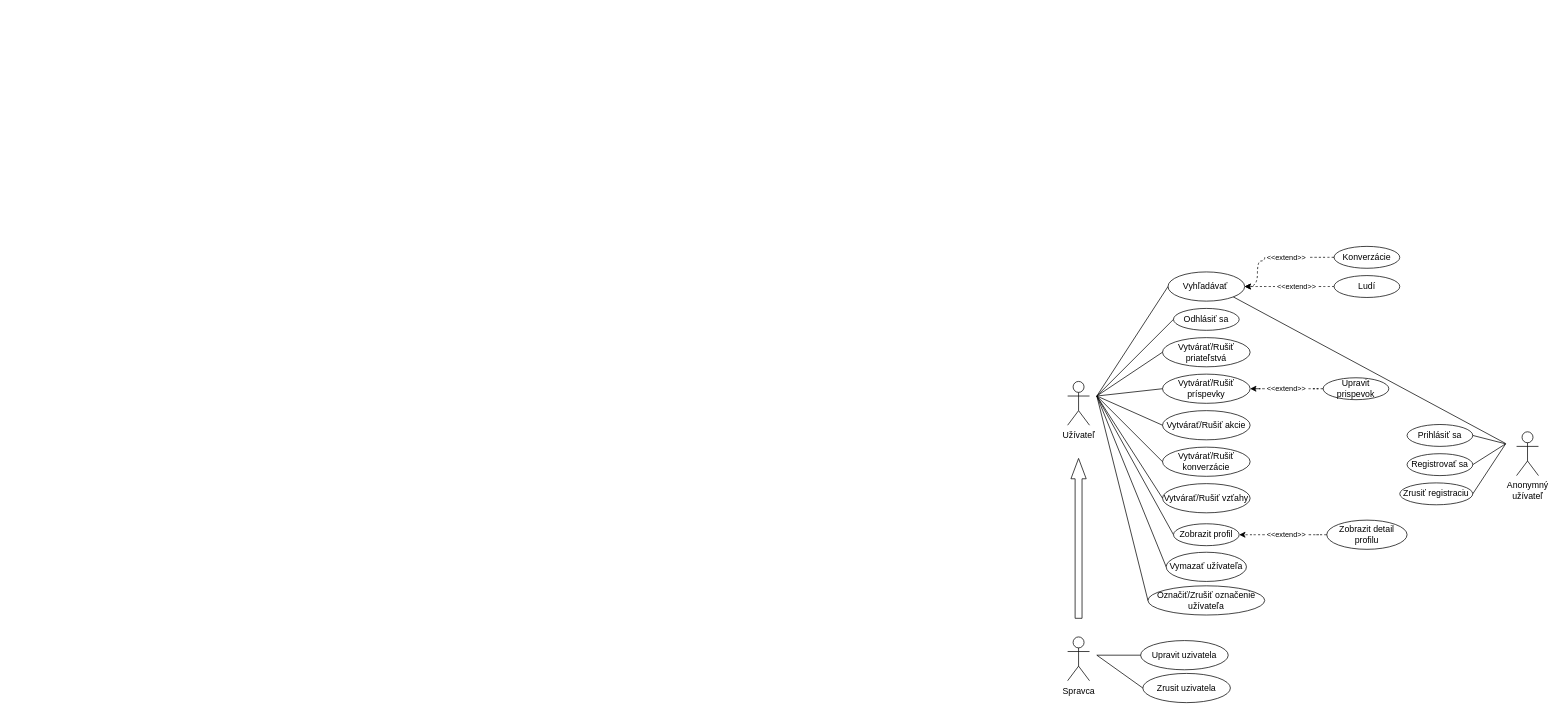
The draw.io diagram UseCaseDiagram.drawio.xml in BockajAndrej/IUS_project_1, before the edit. Source tidied: cells renumbered, new cells numbered last; positions are measured from the earlier drawing's top-left corner, leaving out a move shared by most shapes. Both pictures are drawn from the tidied source at 73%, with x=0, y=0 at pixel (1067, 246).
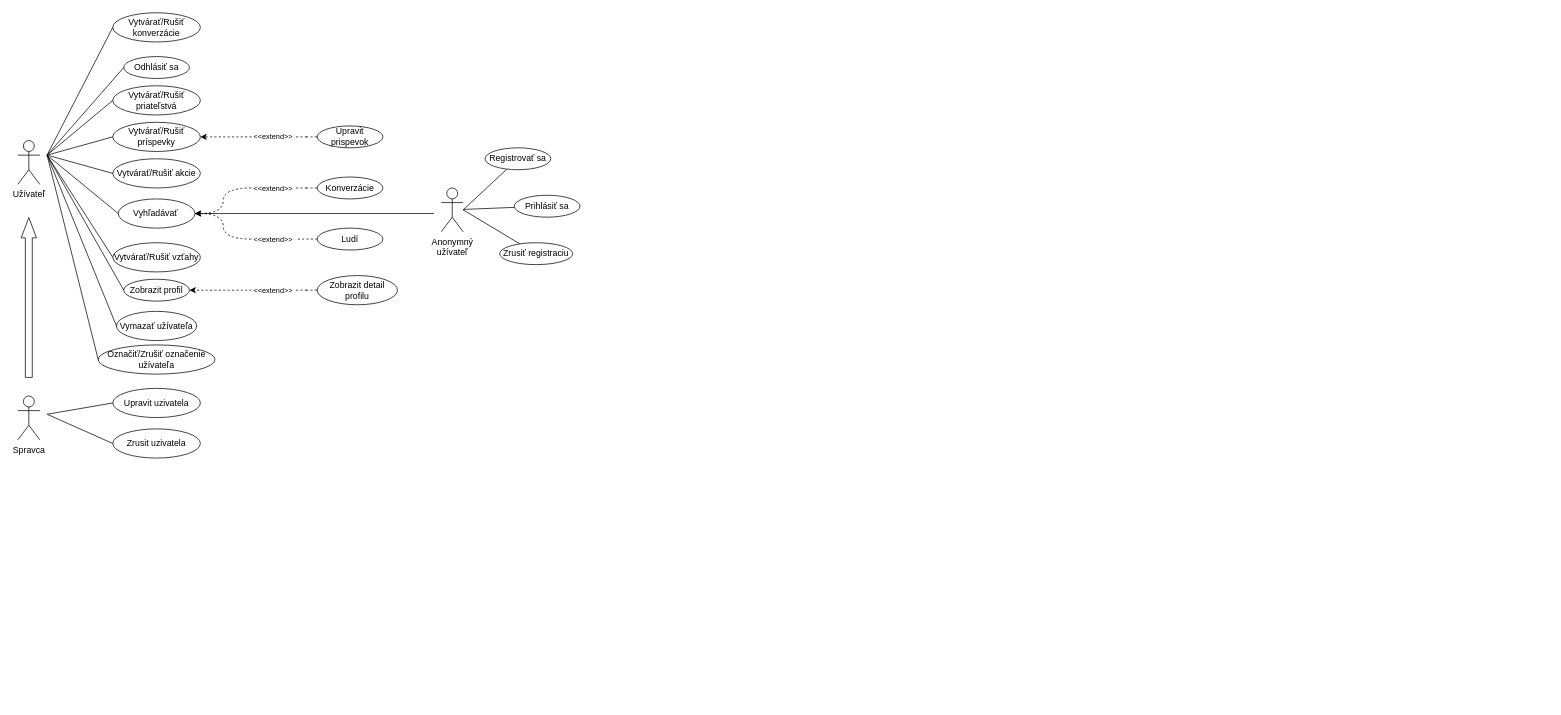
The same page after the edit.

Change to the diagram source:
```diff
@@
     <mxCell id="2" value="Užívateľ" style="shape=umlActor;verticalLabelPosition=bottom;verticalAlign=top;html=1;" parent="1" vertex="1">
-      <mxGeometry y="185" width="30" height="60" as="geometry" />
+      <mxGeometry x="-1438" y="-145" width="30" height="60" as="geometry" />
     </mxCell>
     <mxCell id="3" value="Vytvárať/Rušiť priateľstvá" style="ellipse;whiteSpace=wrap;html=1;" parent="1" vertex="1">
-      <mxGeometry x="130" y="125" width="120" height="40" as="geometry" />
+      <mxGeometry x="-1308" y="-220" width="120" height="40" as="geometry" />
     </mxCell>
     <mxCell id="4" value="Vytvárať/Rušiť príspevky" style="ellipse;whiteSpace=wrap;html=1;" parent="1" vertex="1">
-      <mxGeometry x="130" y="175" width="120" height="40" as="geometry" />
+      <mxGeometry x="-1308" y="-170" width="120" height="40" as="geometry" />
     </mxCell>
     <mxCell id="5" value="Vytvárať/Rušiť akcie" style="ellipse;whiteSpace=wrap;html=1;" parent="1" vertex="1">
-      <mxGeometry x="130" y="225" width="120" height="40" as="geometry" />
+      <mxGeometry x="-1308" y="-120" width="120" height="40" as="geometry" />
     </mxCell>
     <mxCell id="6" value="Vytvárať/Rušiť konverzácie" style="ellipse;whiteSpace=wrap;html=1;" parent="1" vertex="1">
-      <mxGeometry x="130" y="275" width="120" height="40" as="geometry" />
+      <mxGeometry x="-1308" y="-320" width="120" height="40" as="geometry" />
     </mxCell>
     <mxCell id="7" value="Vytvárať/Rušiť vzťahy" style="ellipse;whiteSpace=wrap;html=1;" parent="1" vertex="1">
-      <mxGeometry x="130" y="325" width="120" height="40" as="geometry" />
+      <mxGeometry x="-1308" y="-5" width="120" height="40" as="geometry" />
     </mxCell>
     <mxCell id="8" value="Označiť/Zrušiť označenie užívateľa" style="ellipse;whiteSpace=wrap;html=1;" parent="1" vertex="1">
-      <mxGeometry x="110" y="465" width="160" height="40" as="geometry" />
+      <mxGeometry x="-1328" y="135" width="160" height="40" as="geometry" />
     </mxCell>
     <mxCell id="9" value="Anonymný &lt;br&gt;užívateľ" style="shape=umlActor;verticalLabelPosition=bottom;verticalAlign=top;html=1;outlineConnect=0;" parent="1" vertex="1">
-      <mxGeometry x="615" y="254" width="30" height="60" as="geometry" />
+      <mxGeometry x="-858" y="-80" width="30" height="60" as="geometry" />
     </mxCell>
     <mxCell id="10" value="Odhlásiť sa" style="ellipse;whiteSpace=wrap;html=1;" parent="1" vertex="1">
-      <mxGeometry x="145" y="85" width="90" height="30" as="geometry" />
+      <mxGeometry x="-1293" y="-260" width="90" height="30" as="geometry" />
     </mxCell>
+    <mxCell id="53" style="rounded=0;jettySize=auto;html=1;endArrow=none;endFill=0;" parent="1" edge="1" source="11" target="9">
+      <mxGeometry relative="1" as="geometry" />
+    </mxCell>
     <mxCell id="11" value="Prihlásiť sa" style="ellipse;whiteSpace=wrap;html=1;" parent="1" vertex="1">
-      <mxGeometry x="465" y="244" width="90" height="30" as="geometry" />
+      <mxGeometry x="-758" y="-70" width="90" height="30" as="geometry" />
     </mxCell>
+    <mxCell id="54" style="rounded=0;jettySize=auto;html=1;endArrow=none;endFill=0;" parent="1" edge="1" source="12">
+      <mxGeometry relative="1" as="geometry">
+        <mxPoint x="-828" y="-50" as="targetPoint" />
+      </mxGeometry>
+    </mxCell>
     <mxCell id="12" value="Registrovať sa" style="ellipse;whiteSpace=wrap;html=1;" parent="1" vertex="1">
-      <mxGeometry x="465" y="284" width="90" height="30" as="geometry" />
+      <mxGeometry x="-798" y="-135" width="90" height="30" as="geometry" />
     </mxCell>
     <mxCell id="13" value="Vyhľadávať&amp;nbsp;" style="ellipse;whiteSpace=wrap;html=1;" parent="1" vertex="1">
-      <mxGeometry x="137.5" y="35" width="105" height="40" as="geometry" />
+      <mxGeometry x="-1300.5" y="-65" width="105" height="40" as="geometry" />
     </mxCell>
-    <mxCell id="14" style="endArrow=none;html=1;rounded=0;entryX=0;entryY=0.5;entryDx=0;entryDy=0;" parent="1" edge="1" target="13">
-      <mxGeometry relative="1" as="geometry">
-        <mxPoint x="40" y="205" as="sourcePoint" />
-      </mxGeometry>
-    </mxCell>
-    <mxCell id="15" style="endArrow=none;html=1;rounded=0;entryX=0;entryY=0.5;entryDx=0;entryDy=0;" parent="1" edge="1" target="10">
-      <mxGeometry relative="1" as="geometry">
-        <mxPoint x="40" y="205" as="sourcePoint" />
-      </mxGeometry>
-    </mxCell>
-    <mxCell id="16" style="endArrow=none;html=1;rounded=0;entryX=0;entryY=0.5;entryDx=0;entryDy=0;" parent="1" edge="1" target="3">
-      <mxGeometry relative="1" as="geometry">
-        <mxPoint x="40" y="205" as="sourcePoint" />
-      </mxGeometry>
-    </mxCell>
-    <mxCell id="17" style="endArrow=none;html=1;rounded=0;entryX=0;entryY=0.5;entryDx=0;entryDy=0;" parent="1" edge="1" target="4">
-      <mxGeometry relative="1" as="geometry">
-        <mxPoint x="40" y="205" as="sourcePoint" />
-      </mxGeometry>
-    </mxCell>
-    <mxCell id="18" style="endArrow=none;html=1;rounded=0;entryX=0;entryY=0.5;entryDx=0;entryDy=0;" parent="1" edge="1" target="5">
-      <mxGeometry relative="1" as="geometry">
-        <mxPoint x="40" y="205" as="sourcePoint" />
-      </mxGeometry>
-    </mxCell>
-    <mxCell id="19" style="endArrow=none;html=1;rounded=0;entryX=0;entryY=0.5;entryDx=0;entryDy=0;" parent="1" edge="1" target="6">
-      <mxGeometry relative="1" as="geometry">
-        <mxPoint x="40" y="205" as="sourcePoint" />
-      </mxGeometry>
-    </mxCell>
-    <mxCell id="20" style="endArrow=none;html=1;rounded=0;entryX=0;entryY=0.5;entryDx=0;entryDy=0;" parent="1" edge="1" target="7">
-      <mxGeometry relative="1" as="geometry">
-        <mxPoint x="40" y="205" as="sourcePoint" />
-      </mxGeometry>
-    </mxCell>
-    <mxCell id="21" style="endArrow=none;html=1;rounded=0;entryX=0;entryY=0.5;entryDx=0;entryDy=0;" parent="1" edge="1" target="8">
-      <mxGeometry relative="1" as="geometry">
-        <mxPoint x="40" y="205" as="sourcePoint" />
-      </mxGeometry>
-    </mxCell>
-    <mxCell id="22" style="endArrow=none;html=1;rounded=0;exitX=1;exitY=0.5;exitDx=0;exitDy=0;" parent="1" edge="1" source="11">
-      <mxGeometry relative="1" as="geometry">
-        <mxPoint x="600" y="270.5" as="targetPoint" />
-      </mxGeometry>
-    </mxCell>
-    <mxCell id="23" style="endArrow=none;html=1;rounded=0;exitX=1;exitY=0.5;exitDx=0;exitDy=0;" parent="1" edge="1" source="12">
-      <mxGeometry relative="1" as="geometry">
-        <mxPoint x="600" y="270.5" as="targetPoint" />
-      </mxGeometry>
-    </mxCell>
-    <mxCell id="24" style="rounded=0;jettySize=auto;html=1;exitX=1;exitY=0.5;exitDx=0;exitDy=0;endArrow=none;endFill=0;" parent="1" edge="1" source="25">
-      <mxGeometry relative="1" as="geometry">
-        <mxPoint x="600" y="270.5" as="targetPoint" />
-      </mxGeometry>
-    </mxCell>
+    <mxCell id="55" style="endArrow=none;html=1;rounded=0;entryX=0;entryY=0.5;entryDx=0;entryDy=0;" parent="1" edge="1" target="13">
+      <mxGeometry relative="1" as="geometry">
+        <mxPoint x="-1398" y="-125" as="sourcePoint" />
+      </mxGeometry>
+    </mxCell>
+    <mxCell id="56" style="endArrow=none;html=1;rounded=0;entryX=0;entryY=0.5;entryDx=0;entryDy=0;" parent="1" edge="1" target="10">
+      <mxGeometry relative="1" as="geometry">
+        <mxPoint x="-1398" y="-125" as="sourcePoint" />
+      </mxGeometry>
+    </mxCell>
+    <mxCell id="57" style="endArrow=none;html=1;rounded=0;entryX=0;entryY=0.5;entryDx=0;entryDy=0;" parent="1" edge="1" target="3">
+      <mxGeometry relative="1" as="geometry">
+        <mxPoint x="-1398" y="-125" as="sourcePoint" />
+      </mxGeometry>
+    </mxCell>
+    <mxCell id="58" style="endArrow=none;html=1;rounded=0;entryX=0;entryY=0.5;entryDx=0;entryDy=0;" parent="1" edge="1" target="4">
+      <mxGeometry relative="1" as="geometry">
+        <mxPoint x="-1398" y="-125" as="sourcePoint" />
+      </mxGeometry>
+    </mxCell>
+    <mxCell id="59" style="endArrow=none;html=1;rounded=0;entryX=0;entryY=0.5;entryDx=0;entryDy=0;" parent="1" edge="1" target="5">
+      <mxGeometry relative="1" as="geometry">
+        <mxPoint x="-1398" y="-125" as="sourcePoint" />
+      </mxGeometry>
+    </mxCell>
+    <mxCell id="60" style="endArrow=none;html=1;rounded=0;entryX=0;entryY=0.5;entryDx=0;entryDy=0;" parent="1" edge="1" target="6">
+      <mxGeometry relative="1" as="geometry">
+        <mxPoint x="-1398" y="-125" as="sourcePoint" />
+      </mxGeometry>
+    </mxCell>
+    <mxCell id="61" style="endArrow=none;html=1;rounded=0;entryX=0;entryY=0.5;entryDx=0;entryDy=0;" parent="1" edge="1" target="7">
+      <mxGeometry relative="1" as="geometry">
+        <mxPoint x="-1398" y="-125" as="sourcePoint" />
+      </mxGeometry>
+    </mxCell>
+    <mxCell id="62" style="endArrow=none;html=1;rounded=0;entryX=0;entryY=0.5;entryDx=0;entryDy=0;" parent="1" edge="1" target="8">
+      <mxGeometry relative="1" as="geometry">
+        <mxPoint x="-1398" y="-125" as="sourcePoint" />
+      </mxGeometry>
+    </mxCell>
+    <mxCell id="63" style="rounded=0;jettySize=auto;html=1;endArrow=none;endFill=0;" parent="1" edge="1" source="25">
+      <mxGeometry relative="1" as="geometry">
+        <mxPoint x="-828" y="-50" as="targetPoint" />
+      </mxGeometry>
+    </mxCell>
     <mxCell id="25" value="Zrusiť registraciu" style="ellipse;whiteSpace=wrap;html=1;" parent="1" vertex="1">
-      <mxGeometry x="455" y="324" width="100" height="30" as="geometry" />
+      <mxGeometry x="-778" y="-5" width="100" height="30" as="geometry" />
     </mxCell>
-    <mxCell id="26" style="rounded=0;jettySize=auto;html=1;endArrow=none;endFill=0;exitX=0;exitY=0.5;exitDx=0;exitDy=0;" parent="1" edge="1" source="27">
-      <mxGeometry relative="1" as="geometry">
-        <mxPoint x="40" y="205" as="targetPoint" />
-      </mxGeometry>
-    </mxCell>
+    <mxCell id="64" style="rounded=0;jettySize=auto;html=1;endArrow=none;endFill=0;exitX=0;exitY=0.5;exitDx=0;exitDy=0;" parent="1" edge="1" source="27">
+      <mxGeometry relative="1" as="geometry">
+        <mxPoint x="-1398" y="-125" as="targetPoint" />
+      </mxGeometry>
+    </mxCell>
     <mxCell id="27" value="Vymazať užívateľa" style="ellipse;whiteSpace=wrap;html=1;" parent="1" vertex="1">
-      <mxGeometry x="135" y="419" width="110" height="40" as="geometry" />
+      <mxGeometry x="-1303" y="89" width="110" height="40" as="geometry" />
     </mxCell>
-    <mxCell id="28" style="edgeStyle=orthogonalEdgeStyle;rounded=0;jettySize=auto;html=1;entryX=1;entryY=0.5;entryDx=0;entryDy=0;curved=1;dashed=1;exitX=0;exitY=0.5;exitDx=0;exitDy=0;" parent="1" edge="1" source="43" target="13">
-      <mxGeometry relative="1" as="geometry">
-        <Array as="points">
-          <mxPoint x="260" y="20" />
-          <mxPoint x="260" y="55" />
-        </Array>
-      </mxGeometry>
-    </mxCell>
+    <mxCell id="65" style="edgeStyle=orthogonalEdgeStyle;rounded=0;jettySize=auto;html=1;entryX=1;entryY=0.5;entryDx=0;entryDy=0;curved=1;dashed=1;exitX=0;exitY=0.5;exitDx=0;exitDy=0;" parent="1" edge="1" source="75" target="13">
+      <mxGeometry relative="1" as="geometry" />
+    </mxCell>
     <mxCell id="29" value="Konverzácie" style="ellipse;whiteSpace=wrap;html=1;" parent="1" vertex="1">
-      <mxGeometry x="365" width="90" height="30" as="geometry" />
+      <mxGeometry x="-1028" y="-95" width="90" height="30" as="geometry" />
     </mxCell>
-    <mxCell id="30" style="edgeStyle=orthogonalEdgeStyle;rounded=0;jettySize=auto;html=1;exitX=0;exitY=0.5;exitDx=0;exitDy=0;entryX=1;entryY=0.5;entryDx=0;entryDy=0;curved=1;dashed=1;" parent="1" edge="1" source="41" target="13">
-      <mxGeometry relative="1" as="geometry">
-        <Array as="points">
-          <mxPoint x="270" y="55" />
-          <mxPoint x="270" y="55" />
-        </Array>
-      </mxGeometry>
-    </mxCell>
     <mxCell id="31" value="Ludí" style="ellipse;whiteSpace=wrap;html=1;" parent="1" vertex="1">
-      <mxGeometry x="365" y="40" width="90" height="30" as="geometry" />
+      <mxGeometry x="-1028" y="-25" width="90" height="30" as="geometry" />
     </mxCell>
-    <mxCell id="32" style="edgeStyle=orthogonalEdgeStyle;rounded=0;jettySize=auto;html=1;entryX=1;entryY=0.5;entryDx=0;entryDy=0;curved=1;dashed=1;" parent="1" edge="1" source="39" target="4">
-      <mxGeometry relative="1" as="geometry" />
-    </mxCell>
+    <mxCell id="66" style="edgeStyle=orthogonalEdgeStyle;rounded=0;jettySize=auto;html=1;entryX=1;entryY=0.5;entryDx=0;entryDy=0;curved=1;dashed=1;" parent="1" edge="1" source="70" target="4">
+      <mxGeometry relative="1" as="geometry" />
+    </mxCell>
     <mxCell id="33" value="Upravit prispevok" style="ellipse;whiteSpace=wrap;html=1;" parent="1" vertex="1">
-      <mxGeometry x="350" y="180" width="90" height="30" as="geometry" />
+      <mxGeometry x="-1028" y="-165" width="90" height="30" as="geometry" />
     </mxCell>
-    <mxCell id="34" style="rounded=0;jettySize=auto;html=1;endArrow=none;endFill=0;exitX=0;exitY=0.5;exitDx=0;exitDy=0;" parent="1" edge="1" source="35">
-      <mxGeometry relative="1" as="geometry">
-        <mxPoint x="40" y="205" as="targetPoint" />
-      </mxGeometry>
-    </mxCell>
+    <mxCell id="67" style="rounded=0;jettySize=auto;html=1;endArrow=none;endFill=0;exitX=0;exitY=0.5;exitDx=0;exitDy=0;" parent="1" edge="1" source="35">
+      <mxGeometry relative="1" as="geometry">
+        <mxPoint x="-1398" y="-125" as="targetPoint" />
+      </mxGeometry>
+    </mxCell>
     <mxCell id="35" value="Zobrazit profil" style="ellipse;whiteSpace=wrap;html=1;" parent="1" vertex="1">
-      <mxGeometry x="145" y="380" width="90" height="30" as="geometry" />
+      <mxGeometry x="-1293" y="45" width="90" height="30" as="geometry" />
     </mxCell>
-    <mxCell id="36" style="edgeStyle=orthogonalEdgeStyle;rounded=0;jettySize=auto;html=1;entryX=1;entryY=0.5;entryDx=0;entryDy=0;curved=1;dashed=1;" parent="1" edge="1" source="49" target="35">
-      <mxGeometry relative="1" as="geometry" />
-    </mxCell>
+    <mxCell id="68" style="edgeStyle=orthogonalEdgeStyle;rounded=0;jettySize=auto;html=1;entryX=1;entryY=0.5;entryDx=0;entryDy=0;curved=1;dashed=1;" parent="1" edge="1" source="78" target="35">
+      <mxGeometry relative="1" as="geometry" />
+    </mxCell>
     <mxCell id="37" value="Zobrazit detail profilu" style="ellipse;whiteSpace=wrap;html=1;" parent="1" vertex="1">
-      <mxGeometry x="355" y="375" width="110" height="40" as="geometry" />
+      <mxGeometry x="-1028" y="40" width="110" height="40" as="geometry" />
     </mxCell>
-    <mxCell id="38" style="edgeStyle=orthogonalEdgeStyle;rounded=0;jettySize=auto;html=1;entryX=1;entryY=0.5;entryDx=0;entryDy=0;curved=1;dashed=1;endArrow=none;endFill=0;" parent="1" edge="1" source="33" target="39">
-      <mxGeometry relative="1" as="geometry" />
-    </mxCell>
-    <mxCell id="39" value="&amp;lt;&amp;lt;extend&amp;gt;&amp;gt;" style="text;strokeColor=none;align=center;fillColor=none;html=1;verticalAlign=middle;whiteSpace=wrap;rounded=0;fontSize=10;" parent="1" vertex="1">
-      <mxGeometry x="270" y="180" width="60" height="30" as="geometry" />
-    </mxCell>
-    <mxCell id="40" style="edgeStyle=orthogonalEdgeStyle;rounded=0;jettySize=auto;html=1;exitX=0;exitY=0.5;exitDx=0;exitDy=0;entryX=1;entryY=0.5;entryDx=0;entryDy=0;curved=1;dashed=1;endArrow=none;endFill=0;" parent="1" edge="1" source="31" target="41">
-      <mxGeometry relative="1" as="geometry" />
-    </mxCell>
-    <mxCell id="41" value="&amp;lt;&amp;lt;extend&amp;gt;&amp;gt;" style="text;strokeColor=none;align=center;fillColor=none;html=1;verticalAlign=middle;whiteSpace=wrap;rounded=0;fontSize=10;" parent="1" vertex="1">
-      <mxGeometry x="284" y="40" width="60" height="30" as="geometry" />
-    </mxCell>
-    <mxCell id="42" style="edgeStyle=orthogonalEdgeStyle;rounded=0;jettySize=auto;html=1;entryX=1;entryY=0.5;entryDx=0;entryDy=0;curved=1;dashed=1;endArrow=none;endFill=0;" parent="1" edge="1" source="29" target="43">
-      <mxGeometry relative="1" as="geometry" />
-    </mxCell>
-    <mxCell id="43" value="&amp;lt;&amp;lt;extend&amp;gt;&amp;gt;" style="text;strokeColor=none;align=center;fillColor=none;html=1;verticalAlign=middle;whiteSpace=wrap;rounded=0;fontSize=10;" parent="1" vertex="1">
-      <mxGeometry x="270" width="60" height="30" as="geometry" />
-    </mxCell>
+    <mxCell id="69" style="edgeStyle=orthogonalEdgeStyle;rounded=0;jettySize=auto;html=1;entryX=1;entryY=0.5;entryDx=0;entryDy=0;curved=1;dashed=1;endArrow=none;endFill=0;" parent="1" edge="1" source="33" target="70">
+      <mxGeometry relative="1" as="geometry" />
+    </mxCell>
+    <mxCell id="70" value="&amp;lt;&amp;lt;extend&amp;gt;&amp;gt;" style="text;strokeColor=none;align=center;fillColor=none;html=1;verticalAlign=middle;whiteSpace=wrap;rounded=0;fontSize=10;" parent="1" vertex="1">
+      <mxGeometry x="-1118" y="-165" width="60" height="30" as="geometry" />
+    </mxCell>
+    <mxCell id="71" style="edgeStyle=orthogonalEdgeStyle;rounded=0;jettySize=auto;html=1;exitX=0;exitY=0.5;exitDx=0;exitDy=0;entryX=1;entryY=0.5;entryDx=0;entryDy=0;curved=1;dashed=1;endArrow=none;endFill=0;" parent="1" edge="1" source="31" target="73">
+      <mxGeometry relative="1" as="geometry" />
+    </mxCell>
+    <mxCell id="72" style="edgeStyle=orthogonalEdgeStyle;rounded=0;jettySize=auto;html=1;entryX=1;entryY=0.5;entryDx=0;entryDy=0;curved=1;dashed=1;" parent="1" edge="1" source="73" target="13">
+      <mxGeometry relative="1" as="geometry" />
+    </mxCell>
+    <mxCell id="73" value="&amp;lt;&amp;lt;extend&amp;gt;&amp;gt;" style="text;strokeColor=none;align=center;fillColor=none;html=1;verticalAlign=middle;whiteSpace=wrap;rounded=0;fontSize=10;" parent="1" vertex="1">
+      <mxGeometry x="-1118" y="-25" width="60" height="30" as="geometry" />
+    </mxCell>
+    <mxCell id="74" style="edgeStyle=orthogonalEdgeStyle;rounded=0;jettySize=auto;html=1;entryX=1;entryY=0.5;entryDx=0;entryDy=0;curved=1;dashed=1;endArrow=none;endFill=0;" parent="1" edge="1" source="29" target="75">
+      <mxGeometry relative="1" as="geometry" />
+    </mxCell>
+    <mxCell id="75" value="&amp;lt;&amp;lt;extend&amp;gt;&amp;gt;" style="text;strokeColor=none;align=center;fillColor=none;html=1;verticalAlign=middle;whiteSpace=wrap;rounded=0;fontSize=10;" parent="1" vertex="1">
+      <mxGeometry x="-1118" y="-95" width="60" height="30" as="geometry" />
+    </mxCell>
     <mxCell id="44" value="Spravca" style="shape=umlActor;verticalLabelPosition=bottom;verticalAlign=top;html=1;" parent="1" vertex="1">
-      <mxGeometry y="535" width="30" height="60" as="geometry" />
+      <mxGeometry x="-1438" y="205" width="30" height="60" as="geometry" />
     </mxCell>
     <mxCell id="45" value="Upravit uzivatela" style="ellipse;whiteSpace=wrap;html=1;" parent="1" vertex="1">
-      <mxGeometry x="100" y="540" width="120" height="40" as="geometry" />
+      <mxGeometry x="-1308" y="194.5" width="120" height="40" as="geometry" />
     </mxCell>
     <mxCell id="46" value="Zrusit uzivatela" style="ellipse;whiteSpace=wrap;html=1;" parent="1" vertex="1">
-      <mxGeometry x="103" y="585" width="120" height="40" as="geometry" />
+      <mxGeometry x="-1308" y="250" width="120" height="40" as="geometry" />
     </mxCell>
-    <mxCell id="47" style="shape=flexArrow;endArrow=classic;html=1;rounded=0;width=9.473684210526315;endSize=8.948936170212766;endWidth=10.436730123180292;" parent="1" edge="1">
-      <mxGeometry relative="1" as="geometry">
-        <mxPoint x="15" y="510" as="sourcePoint" />
-        <mxPoint x="15" y="290" as="targetPoint" />
-      </mxGeometry>
-    </mxCell>
-    <mxCell id="48" style="edgeStyle=orthogonalEdgeStyle;rounded=0;jettySize=auto;html=1;entryX=1;entryY=0.5;entryDx=0;entryDy=0;curved=1;dashed=1;endArrow=none;endFill=0;" parent="1" edge="1" source="37" target="49">
-      <mxGeometry relative="1" as="geometry" />
-    </mxCell>
-    <mxCell id="49" value="&amp;lt;&amp;lt;extend&amp;gt;&amp;gt;" style="text;strokeColor=none;align=center;fillColor=none;html=1;verticalAlign=middle;whiteSpace=wrap;rounded=0;fontSize=10;" parent="1" vertex="1">
-      <mxGeometry x="270" y="380" width="60" height="30" as="geometry" />
-    </mxCell>
-    <mxCell id="50" style="endArrow=none;html=1;rounded=0;entryX=0;entryY=0.5;entryDx=0;entryDy=0;" parent="1" edge="1" target="45">
-      <mxGeometry relative="1" as="geometry">
-        <mxPoint x="40" y="560" as="sourcePoint" />
-      </mxGeometry>
-    </mxCell>
-    <mxCell id="51" style="endArrow=none;html=1;rounded=0;entryX=0;entryY=0.5;entryDx=0;entryDy=0;" parent="1" edge="1" target="46">
-      <mxGeometry relative="1" as="geometry">
-        <mxPoint x="40" y="560" as="sourcePoint" />
-      </mxGeometry>
-    </mxCell>
-    <mxCell id="52" style="endArrow=none;html=1;rounded=0;exitX=1;exitY=1;exitDx=0;exitDy=0;" parent="1" edge="1" source="13">
-      <mxGeometry relative="1" as="geometry">
-        <mxPoint x="600" y="270" as="targetPoint" />
-      </mxGeometry>
-    </mxCell>
+    <mxCell id="76" style="shape=flexArrow;endArrow=classic;html=1;rounded=0;width=9.473684210526315;endSize=8.948936170212766;endWidth=10.436730123180292;" parent="1" edge="1">
+      <mxGeometry relative="1" as="geometry">
+        <mxPoint x="-1423" y="180" as="sourcePoint" />
+        <mxPoint x="-1423" y="-40" as="targetPoint" />
+      </mxGeometry>
+    </mxCell>
+    <mxCell id="77" style="edgeStyle=orthogonalEdgeStyle;rounded=0;jettySize=auto;html=1;entryX=1;entryY=0.5;entryDx=0;entryDy=0;curved=1;dashed=1;endArrow=none;endFill=0;" parent="1" edge="1" source="37" target="78">
+      <mxGeometry relative="1" as="geometry" />
+    </mxCell>
+    <mxCell id="78" value="&amp;lt;&amp;lt;extend&amp;gt;&amp;gt;" style="text;strokeColor=none;align=center;fillColor=none;html=1;verticalAlign=middle;whiteSpace=wrap;rounded=0;fontSize=10;" parent="1" vertex="1">
+      <mxGeometry x="-1118" y="45" width="60" height="30" as="geometry" />
+    </mxCell>
+    <mxCell id="79" style="endArrow=none;html=1;rounded=0;entryX=0;entryY=0.5;entryDx=0;entryDy=0;" parent="1" edge="1" target="45">
+      <mxGeometry relative="1" as="geometry">
+        <mxPoint x="-1398" y="230" as="sourcePoint" />
+      </mxGeometry>
+    </mxCell>
+    <mxCell id="80" style="endArrow=none;html=1;rounded=0;entryX=0;entryY=0.5;entryDx=0;entryDy=0;" parent="1" edge="1" target="46">
+      <mxGeometry relative="1" as="geometry">
+        <mxPoint x="-1398" y="230" as="sourcePoint" />
+      </mxGeometry>
+    </mxCell>
+    <mxCell id="81" style="endArrow=none;html=1;rounded=0;exitX=1;exitY=0.5;exitDx=0;exitDy=0;endFill=0;" parent="1" edge="1" source="13">
+      <mxGeometry relative="1" as="geometry">
+        <mxPoint x="-868" y="-45" as="targetPoint" />
+      </mxGeometry>
+    </mxCell>
```
